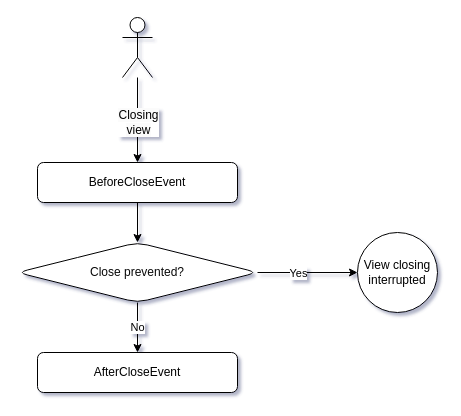
jmix-framework/jmix-docs keeps this draw.io diagram as page "close-standard-view" (2 of 2) of content/modules/flow-ui/diagrams_src/standard-view-lifecycle.drawio. Above is the earlier version. Source tidied: cells renumbered, new cells numbered last; positions are measured from the earlier drawing's top-left corner, leaving out a move shared by most shapes. Both pictures are drawn from the tidied source at 100%, with x=0, y=0 at pixel (17, 17).
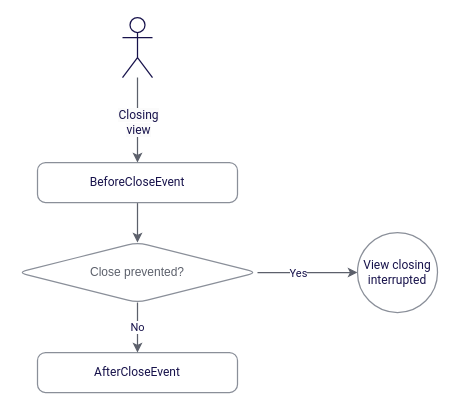
The same page after the edit.

Change to the diagram source:
```diff
@@
-<mxGraphModel shadow="1">
+<mxGraphModel>
   <root>
     <mxCell id="0" />
     <mxCell id="1" parent="0" />
-    <mxCell id="2" style="edgeStyle=orthogonalEdgeStyle;rounded=0;jettySize=auto;html=1;entryX=0.5;entryY=0;entryDx=0;entryDy=0;" parent="1" edge="1" source="4" target="6">
+    <mxCell id="2" style="edgeStyle=orthogonalEdgeStyle;rounded=0;jettySize=auto;html=1;entryX=0.5;entryY=0;entryDx=0;entryDy=0;fontFamily=Roboto, Helvetica, Arial;fontColor=#17124b;strokeColor=#5c606b;strokeWidth=1.25;" parent="1" edge="1" source="4" target="6">
       <mxGeometry relative="1" as="geometry" />
     </mxCell>
-    <mxCell id="3" value="&lt;span style=&quot;font-size: 12px; text-wrap: wrap; background-color: rgb(251, 251, 251);&quot;&gt;Closing view&lt;/span&gt;" style="edgeLabel;html=1;align=center;verticalAlign=middle;" parent="2" vertex="1">
+    <mxCell id="3" value="&lt;span style=&quot;font-size: 12px; text-wrap: wrap; background-color: rgb(251, 251, 251);&quot;&gt;Closing view&lt;/span&gt;" style="edgeLabel;html=1;align=center;verticalAlign=middle;fontFamily=Roboto, Helvetica, Arial;fontColor=#17124b;" parent="2" vertex="1">
       <mxGeometry x="-0.16" y="2" relative="1" as="geometry">
         <mxPoint x="-2" y="8" as="offset" />
       </mxGeometry>
     </mxCell>
-    <mxCell id="4" style="shape=umlActor;verticalLabelPosition=bottom;verticalAlign=top;html=1;outlineConnect=0;" parent="1" vertex="1">
+    <mxCell id="4" style="shape=umlActor;verticalLabelPosition=bottom;verticalAlign=top;html=1;outlineConnect=0;fontFamily=Roboto, Helvetica, Arial;fontColor=#17124b;strokeColor=#17124b;strokeWidth=1.25;" parent="1" vertex="1">
       <mxGeometry x="105" width="30" height="60" as="geometry" />
     </mxCell>
-    <mxCell id="5" style="edgeStyle=orthogonalEdgeStyle;rounded=0;jettySize=auto;html=1;entryX=0.5;entryY=0;entryDx=0;entryDy=0;" parent="1" edge="1" source="6" target="11">
+    <mxCell id="5" style="edgeStyle=orthogonalEdgeStyle;rounded=0;jettySize=auto;html=1;entryX=0.5;entryY=0;entryDx=0;entryDy=0;fontFamily=Roboto, Helvetica, Arial;fontColor=#17124b;strokeColor=#5c606b;strokeWidth=1.25;" parent="1" edge="1" source="6" target="11">
       <mxGeometry relative="1" as="geometry" />
     </mxCell>
-    <mxCell id="6" value="BeforeCloseEvent" style="whiteSpace=wrap;html=1;rounded=1;" parent="1" vertex="1">
+    <mxCell id="6" value="BeforeCloseEvent" style="whiteSpace=wrap;html=1;rounded=1;fontFamily=Roboto, Helvetica, Arial;fontColor=#17124b;strokeColor=#8a8f99;strokeWidth=1.25;absoluteArcSize=1;arcSize=16;" parent="1" vertex="1">
       <mxGeometry x="20" y="145" width="200" height="40" as="geometry" />
     </mxCell>
-    <mxCell id="7" value="AfterCloseEvent" style="whiteSpace=wrap;html=1;rounded=1;" parent="1" vertex="1">
+    <mxCell id="7" value="AfterCloseEvent" style="whiteSpace=wrap;html=1;rounded=1;fontFamily=Roboto, Helvetica, Arial;fontColor=#17124b;strokeColor=#8a8f99;strokeWidth=1.25;absoluteArcSize=1;arcSize=16;" parent="1" vertex="1">
       <mxGeometry x="20" y="335" width="200" height="40" as="geometry" />
     </mxCell>
-    <mxCell id="8" value="No" style="edgeStyle=orthogonalEdgeStyle;rounded=0;jettySize=auto;html=1;entryX=0.5;entryY=0;entryDx=0;entryDy=0;" parent="1" edge="1" source="11" target="7">
+    <mxCell id="8" value="No" style="edgeStyle=orthogonalEdgeStyle;rounded=0;jettySize=auto;html=1;entryX=0.5;entryY=0;entryDx=0;entryDy=0;fontFamily=Roboto, Helvetica, Arial;fontColor=#17124b;strokeColor=#5c606b;strokeWidth=1.25;" parent="1" edge="1" source="11" target="7">
       <mxGeometry relative="1" as="geometry" />
     </mxCell>
-    <mxCell id="9" style="edgeStyle=orthogonalEdgeStyle;rounded=0;jettySize=auto;html=1;entryX=0;entryY=0.5;entryDx=0;entryDy=0;" parent="1" edge="1" source="11" target="12">
+    <mxCell id="9" style="edgeStyle=orthogonalEdgeStyle;rounded=0;jettySize=auto;html=1;entryX=0;entryY=0.5;entryDx=0;entryDy=0;fontFamily=Roboto, Helvetica, Arial;fontColor=#17124b;strokeColor=#5c606b;strokeWidth=1.25;" parent="1" edge="1" source="11" target="12">
       <mxGeometry relative="1" as="geometry" />
     </mxCell>
-    <mxCell id="10" value="Yes" style="edgeLabel;html=1;align=center;verticalAlign=middle;" parent="9" vertex="1">
+    <mxCell id="10" value="Yes" style="edgeLabel;html=1;align=center;verticalAlign=middle;fontFamily=Roboto, Helvetica, Arial;fontColor=#17124b;" parent="9" vertex="1">
       <mxGeometry x="-0.02" y="-1" relative="1" as="geometry">
         <mxPoint x="-9" y="-1" as="offset" />
       </mxGeometry>
     </mxCell>
-    <mxCell id="11" value="&lt;div style=&quot;background-color:#ffffff;color:#080808&quot;&gt;&lt;pre style=&quot;&quot;&gt;&lt;font style=&quot;font-size: 12px;&quot; face=&quot;Helvetica&quot;&gt;Close prevented?&lt;/font&gt;&lt;/pre&gt;&lt;/div&gt;" style="rhombus;whiteSpace=wrap;html=1;rounded=1;" parent="1" vertex="1">
+    <mxCell id="11" value="&lt;div style=&quot;background-color:#ffffff;color:#080808&quot;&gt;&lt;pre style=&quot;&quot;&gt;&lt;font style=&quot;font-size: 12px; color: #5c606b;&quot; face=&quot;Helvetica&quot;&gt;Close prevented?&lt;/font&gt;&lt;/pre&gt;&lt;/div&gt;" style="rhombus;whiteSpace=wrap;html=1;rounded=1;fontFamily=Roboto, Helvetica, Arial;fontColor=#17124b;strokeColor=#8a8f99;strokeWidth=1.25;" parent="1" vertex="1">
       <mxGeometry y="225" width="240" height="60" as="geometry" />
     </mxCell>
-    <mxCell id="12" value="View closing interrupted" style="ellipse;whiteSpace=wrap;html=1;rounded=1;" parent="1" vertex="1">
+    <mxCell id="12" value="View closing interrupted" style="ellipse;whiteSpace=wrap;html=1;rounded=1;fontFamily=Roboto, Helvetica, Arial;fontColor=#17124b;strokeColor=#8a8f99;strokeWidth=1.25;" parent="1" vertex="1">
       <mxGeometry x="340" y="215" width="80" height="80" as="geometry" />
     </mxCell>
   </root>
 </mxGraphModel>
```
